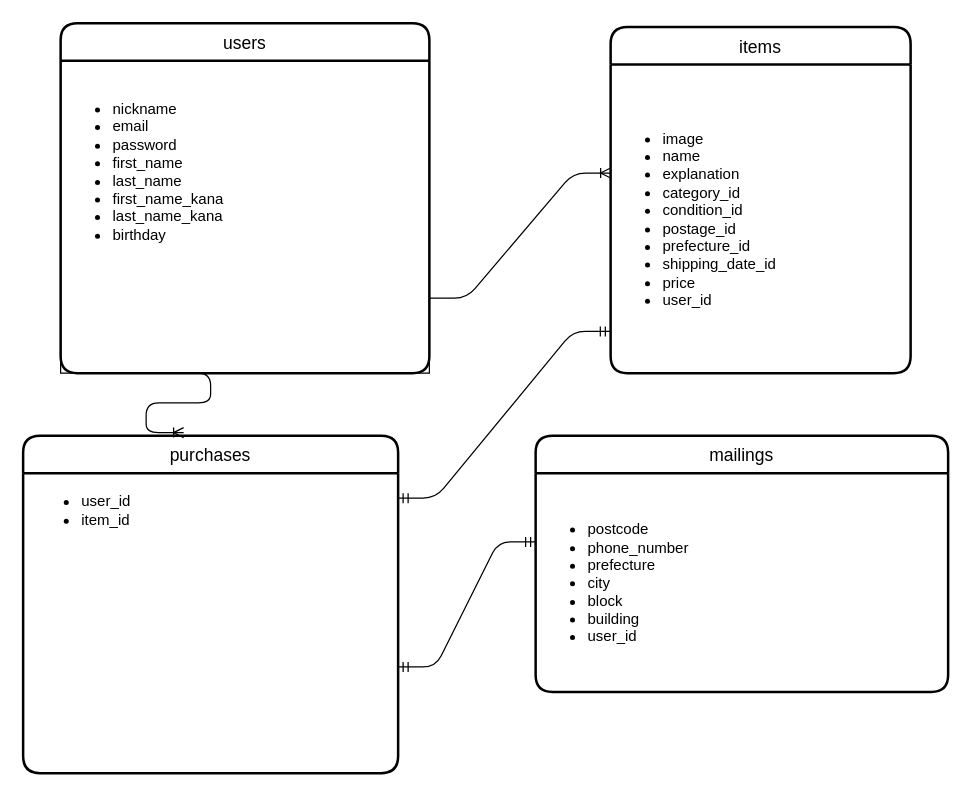
The draw.io diagram furima.dio in misachan28/furima-39506, before the edit. Source tidied: cells renumbered, new cells numbered last; positions are measured from the earlier drawing's top-left corner, leaving out a move shared by most shapes. Both pictures are drawn from the tidied source at 125%, with x=0, y=0 at pixel (22, 22).
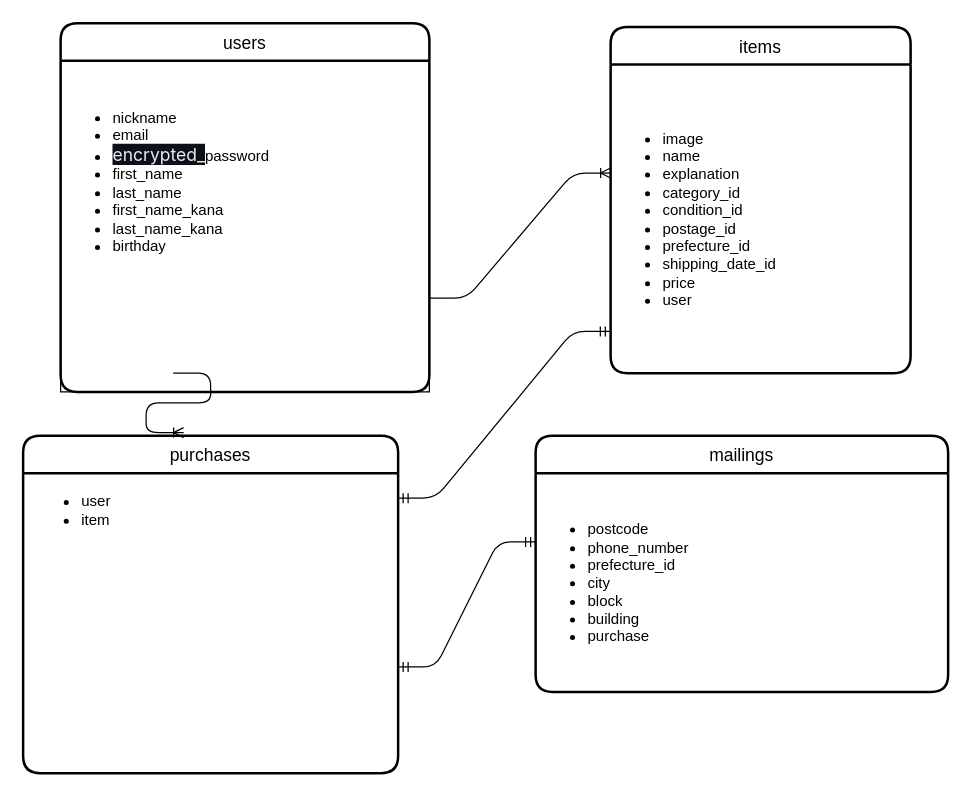
The same page after the edit.

Commit message (it also covers changes not shown here):
コードレビュー修正点②

The edit, as a diff of the source:
```diff
@@
 <mxGraphModel>
   <root>
     <mxCell id="0" />
     <mxCell id="1" parent="0" />
     <mxCell id="2" value="users" style="swimlane;horizontal=1;startSize=30;rounded=1;fontSize=14;fontStyle=0;strokeWidth=2;shadow=0;dashed=0;align=center;" parent="1" vertex="1">
-      <mxGeometry x="30" width="295" height="280" as="geometry" />
+      <mxGeometry x="30" width="295" height="295" as="geometry" />
     </mxCell>
-    <mxCell id="3" value="&lt;ul&gt;&lt;li&gt;&lt;span style=&quot;background-color: initial;&quot;&gt;nickname&lt;/span&gt;&lt;/li&gt;&lt;li&gt;&lt;span style=&quot;background-color: initial;&quot;&gt;email&lt;/span&gt;&lt;/li&gt;&lt;li&gt;password&lt;/li&gt;&lt;li&gt;first_name&lt;/li&gt;&lt;li&gt;last_name&lt;/li&gt;&lt;li&gt;first_name_kana&lt;/li&gt;&lt;li&gt;last_name_kana&lt;/li&gt;&lt;li&gt;birthday&lt;/li&gt;&lt;/ul&gt;&lt;div&gt;&lt;br&gt;&lt;/div&gt;&lt;div&gt;&lt;br&gt;&lt;/div&gt;&lt;div&gt;&lt;br&gt;&lt;/div&gt;&lt;div&gt;&lt;br&gt;&lt;/div&gt;&lt;div&gt;&lt;br&gt;&lt;/div&gt;" style="text;html=1;align=left;verticalAlign=middle;strokeColor=default;fillColor=none;" parent="2" vertex="1">
-      <mxGeometry y="30" width="295" height="250" as="geometry" />
+    <mxCell id="3" value="&lt;ul&gt;&lt;li&gt;&lt;span style=&quot;background-color: initial;&quot;&gt;nickname&lt;/span&gt;&lt;/li&gt;&lt;li&gt;&lt;span style=&quot;background-color: initial;&quot;&gt;email&lt;/span&gt;&lt;/li&gt;&lt;li&gt;&lt;span style=&quot;color: rgb(230, 237, 243); font-family: -apple-system, &amp;quot;system-ui&amp;quot;, &amp;quot;Segoe UI&amp;quot;, &amp;quot;Noto Sans&amp;quot;, Helvetica, Arial, sans-serif, &amp;quot;Apple Color Emoji&amp;quot;, &amp;quot;Segoe UI Emoji&amp;quot;; font-size: 14px; background-color: rgb(13, 17, 23);&quot;&gt;encrypted_&lt;/span&gt;password&lt;/li&gt;&lt;li&gt;first_name&lt;/li&gt;&lt;li&gt;last_name&lt;/li&gt;&lt;li&gt;first_name_kana&lt;/li&gt;&lt;li&gt;last_name_kana&lt;/li&gt;&lt;li&gt;birthday&lt;/li&gt;&lt;/ul&gt;&lt;div&gt;&lt;br&gt;&lt;/div&gt;&lt;div&gt;&lt;br&gt;&lt;/div&gt;&lt;div&gt;&lt;br&gt;&lt;/div&gt;&lt;div&gt;&lt;br&gt;&lt;/div&gt;&lt;div&gt;&lt;br&gt;&lt;/div&gt;" style="text;html=1;align=left;verticalAlign=middle;strokeColor=default;fillColor=none;" parent="2" vertex="1">
+      <mxGeometry y="30" width="295" height="265" as="geometry" />
     </mxCell>
     <mxCell id="4" value="purchases" style="swimlane;horizontal=1;startSize=30;rounded=1;fontSize=14;fontStyle=0;strokeWidth=2;shadow=0;dashed=0;align=center;" parent="1" vertex="1">
       <mxGeometry y="330" width="300" height="270" as="geometry" />
     </mxCell>
     <mxCell id="5" value="items" style="swimlane;horizontal=1;startSize=30;rounded=1;fontSize=14;fontStyle=0;strokeWidth=2;shadow=0;dashed=0;align=center;verticalAlign=middle;" parent="1" vertex="1">
       <mxGeometry x="470" y="3" width="240" height="277" as="geometry" />
     </mxCell>
-    <mxCell id="6" value="&lt;ul&gt;&lt;li&gt;image&lt;/li&gt;&lt;li&gt;name&lt;/li&gt;&lt;li&gt;explanation&lt;/li&gt;&lt;li&gt;category_id&lt;/li&gt;&lt;li&gt;condition_id&lt;/li&gt;&lt;li&gt;postage_id&lt;/li&gt;&lt;li&gt;prefecture_id&lt;/li&gt;&lt;li&gt;shipping_date_id&lt;/li&gt;&lt;li&gt;price&lt;/li&gt;&lt;li&gt;user_id&lt;/li&gt;&lt;/ul&gt;" style="text;html=1;align=left;verticalAlign=middle;points=[];" parent="5" vertex="1">
+    <mxCell id="6" value="&lt;ul&gt;&lt;li&gt;image&lt;/li&gt;&lt;li&gt;name&lt;/li&gt;&lt;li&gt;explanation&lt;/li&gt;&lt;li&gt;category_id&lt;/li&gt;&lt;li&gt;condition_id&lt;/li&gt;&lt;li&gt;postage_id&lt;/li&gt;&lt;li&gt;prefecture_id&lt;/li&gt;&lt;li&gt;shipping_date_id&lt;/li&gt;&lt;li&gt;price&lt;/li&gt;&lt;li&gt;user&lt;/li&gt;&lt;/ul&gt;" style="text;html=1;align=left;verticalAlign=middle;points=[];" parent="5" vertex="1">
       <mxGeometry y="30" width="240" height="247" as="geometry" />
     </mxCell>
-    <mxCell id="7" style="edgeStyle=none;html=1;exitX=1;exitY=0.5;exitDx=0;exitDy=0;" parent="1" edge="1" source="8" target="10">
-      <mxGeometry relative="1" as="geometry" />
-    </mxCell>
     <mxCell id="8" value="mailings" style="swimlane;horizontal=1;startSize=30;rounded=1;fontSize=14;fontStyle=0;strokeWidth=2;shadow=0;dashed=0;align=center;" parent="1" vertex="1">
       <mxGeometry x="410" y="330" width="330" height="205" as="geometry" />
     </mxCell>
-    <mxCell id="9" value="&lt;ul&gt;&lt;li&gt;user_id&lt;/li&gt;&lt;li&gt;item_id&lt;/li&gt;&lt;/ul&gt;" style="text;html=1;align=left;verticalAlign=middle;strokeColor=none;fillColor=none;" parent="1" vertex="1">
-      <mxGeometry x="5" y="350" width="100" height="80" as="geometry" />
+    <mxCell id="9" value="&lt;ul&gt;&lt;li&gt;user&lt;/li&gt;&lt;li&gt;item&lt;/li&gt;&lt;/ul&gt;" style="text;html=1;align=left;verticalAlign=middle;strokeColor=none;fillColor=none;" parent="1" vertex="1">
+      <mxGeometry x="5" y="350" width="90" height="80" as="geometry" />
     </mxCell>
-    <mxCell id="10" value="&lt;div style=&quot;&quot;&gt;&lt;ul&gt;&lt;li&gt;postcode&lt;/li&gt;&lt;li&gt;phone_number&lt;/li&gt;&lt;li&gt;prefecture&lt;/li&gt;&lt;li&gt;city&lt;/li&gt;&lt;li&gt;block&lt;/li&gt;&lt;li&gt;building&lt;/li&gt;&lt;li&gt;user_id&lt;/li&gt;&lt;/ul&gt;&lt;/div&gt;" style="text;html=1;align=left;verticalAlign=middle;points=[];strokeColor=none;fillColor=none;" parent="1" vertex="1">
-      <mxGeometry x="410" y="360" width="330" height="175" as="geometry" />
+    <mxCell id="10" value="&lt;div style=&quot;&quot;&gt;&lt;ul&gt;&lt;li&gt;postcode&lt;/li&gt;&lt;li&gt;phone_number&lt;/li&gt;&lt;li&gt;prefecture_id&lt;/li&gt;&lt;li&gt;city&lt;/li&gt;&lt;li&gt;block&lt;/li&gt;&lt;li&gt;building&lt;/li&gt;&lt;li&gt;purchase&lt;/li&gt;&lt;/ul&gt;&lt;/div&gt;" style="text;html=1;align=left;verticalAlign=middle;points=[];strokeColor=none;fillColor=none;" parent="1" vertex="1">
+      <mxGeometry x="410" y="358" width="140" height="180" as="geometry" />
     </mxCell>
     <mxCell id="11" style="edgeStyle=entityRelationEdgeStyle;fontSize=12;html=1;endArrow=ERmandOne;startArrow=ERmandOne;" parent="1" edge="1">
       <mxGeometry relative="1" as="geometry">
         <mxPoint x="300" y="515" as="sourcePoint" />
         <mxPoint x="410" y="415" as="targetPoint" />
       </mxGeometry>
     </mxCell>
     <mxCell id="12" style="edgeStyle=entityRelationEdgeStyle;fontSize=12;html=1;endArrow=ERmandOne;startArrow=ERmandOne;entryX=-0.001;entryY=0.865;entryDx=0;entryDy=0;entryPerimeter=0;" parent="1" edge="1" target="6">
       <mxGeometry relative="1" as="geometry">
         <mxPoint x="300" y="380" as="sourcePoint" />
       </mxGeometry>
     </mxCell>
     <mxCell id="13" style="edgeStyle=entityRelationEdgeStyle;fontSize=12;html=1;endArrow=ERoneToMany;entryX=0;entryY=0.352;entryDx=0;entryDy=0;entryPerimeter=0;" parent="1" edge="1" target="6">
       <mxGeometry relative="1" as="geometry">
         <mxPoint x="325" y="220" as="sourcePoint" />
       </mxGeometry>
     </mxCell>
     <mxCell id="14" style="edgeStyle=entityRelationEdgeStyle;fontSize=12;html=1;endArrow=ERoneToMany;entryX=0.428;entryY=-0.009;entryDx=0;entryDy=0;entryPerimeter=0;" parent="1" edge="1" target="4">
       <mxGeometry relative="1" as="geometry">
         <mxPoint x="120" y="280" as="sourcePoint" />
       </mxGeometry>
     </mxCell>
   </root>
 </mxGraphModel>
```
